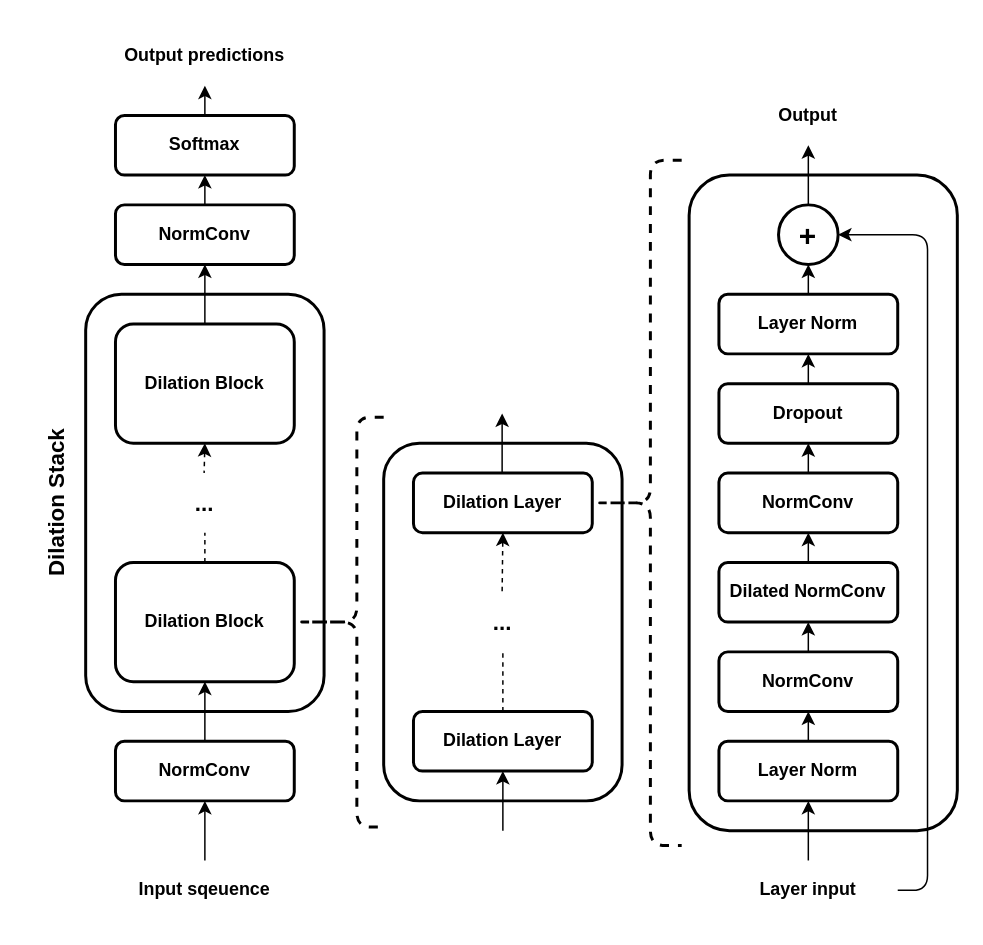
The draw.io diagram report/figures/wavenet_architecture.drawio in leetemil/thesis, before the edit. Source tidied: cells renumbered, new cells numbered last; positions are measured from the earlier drawing's top-left corner, leaving out a move shared by most shapes. Both pictures are drawn from the tidied source at 149%, with x=0, y=0 at pixel (-153, 25).
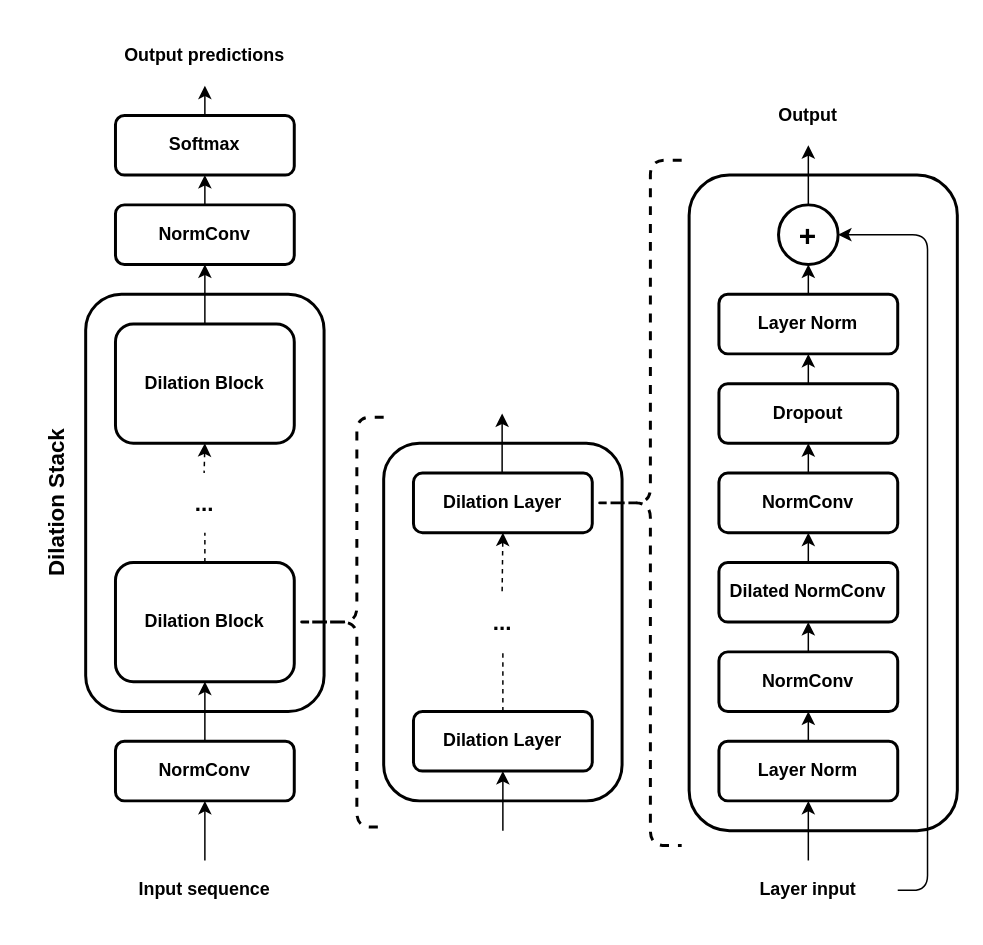
After the change.

The edit, as a diff of the source:
```diff
@@
-    <mxCell id="3" value="&lt;b&gt;Input sqeuence&lt;/b&gt;" style="text;html=1;strokeColor=none;fillColor=none;align=center;verticalAlign=middle;whiteSpace=wrap;rounded=0;" parent="1" vertex="1">
+    <mxCell id="3" value="&lt;b&gt;Input sequence&lt;/b&gt;" style="text;html=1;strokeColor=none;fillColor=none;align=center;verticalAlign=middle;whiteSpace=wrap;rounded=0;" parent="1" vertex="1">
       <mxGeometry x="180" y="560" width="120" height="40" as="geometry" />
     </mxCell>
```
